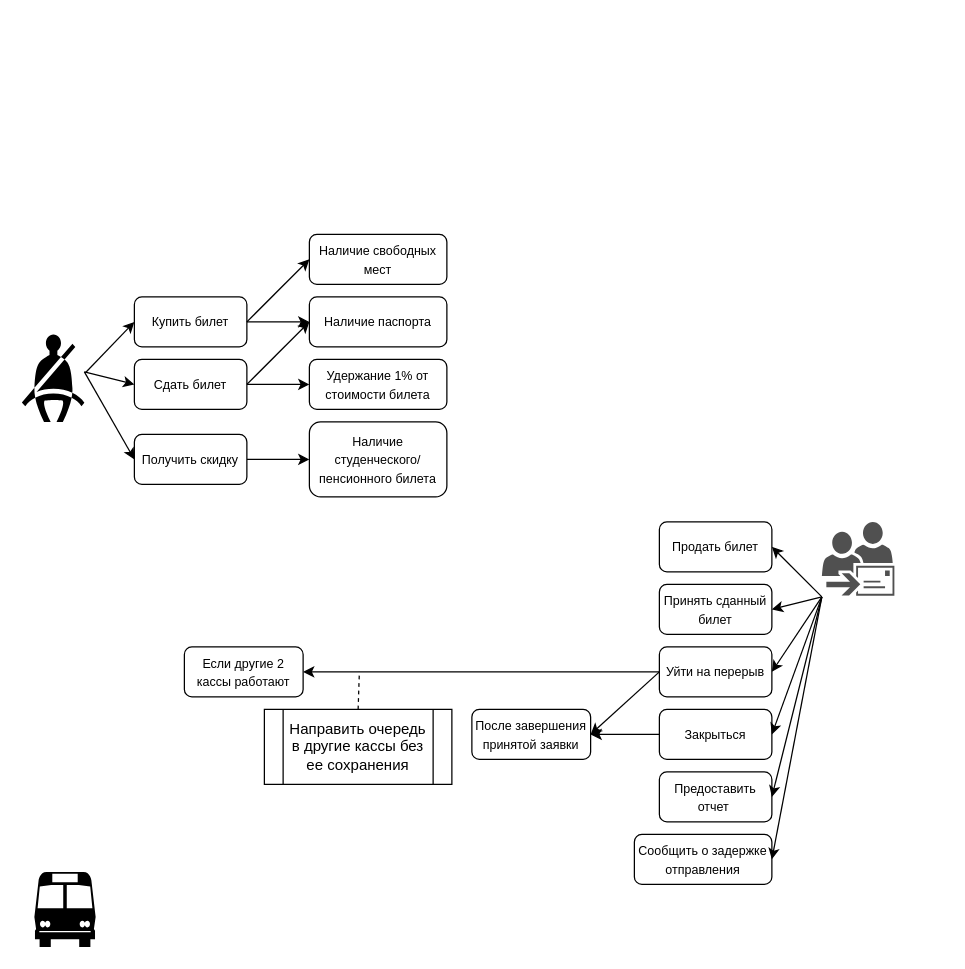
Earlier version of the draw.io diagram ticket.drawio (tacha7/Asya). Source tidied: cells renumbered, new cells numbered last; positions are measured from the earlier drawing's top-left corner, leaving out a move shared by most shapes. Both pictures are drawn from the tidied source at 125%, with x=0, y=0 at pixel (21, 234).
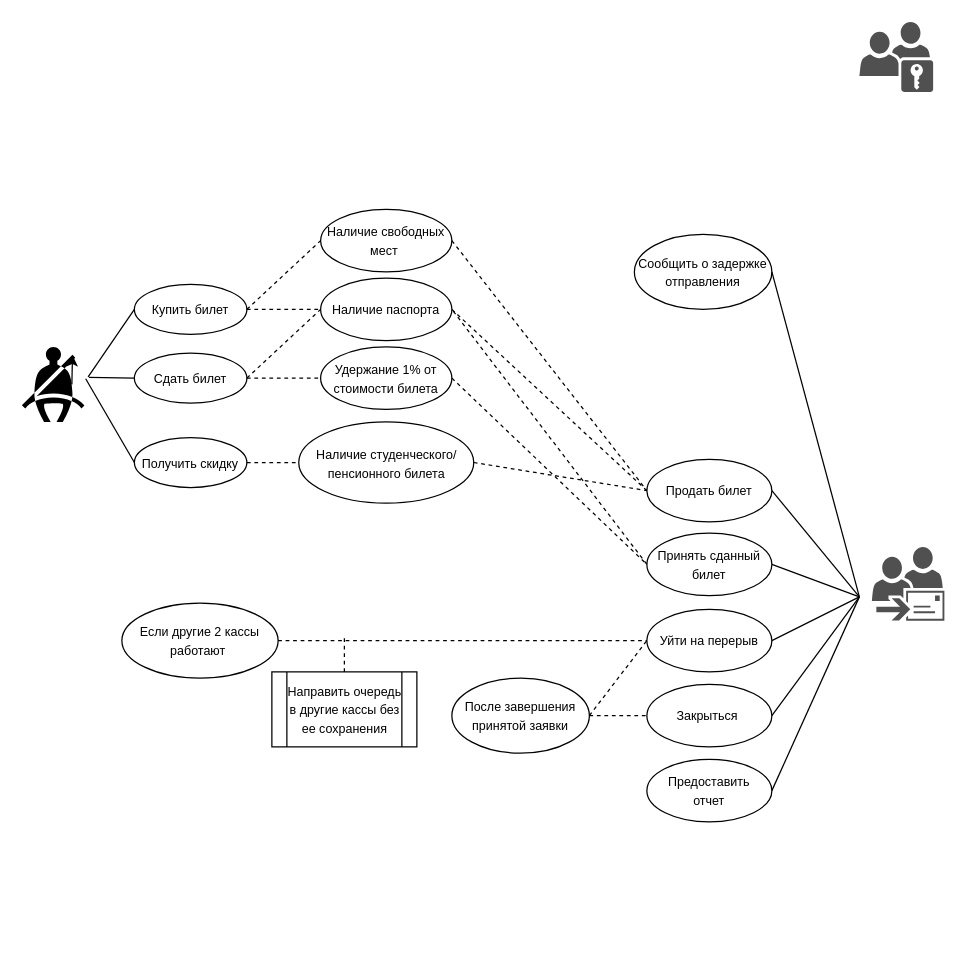
The same diagram, later.

Change to the diagram source:
```diff
@@
+    <mxCell id="15" style="shape=mxgraph.signs.transportation.seat_belt;html=1;fillColor=#000000;strokeColor=none;verticalLabelPosition=bottom;verticalAlign=top;align=center;" parent="1" vertex="1">
+      <mxGeometry y="90" width="50" height="60" as="geometry" />
+    </mxCell>
+    <mxCell id="16" style="shadow=0;dashed=0;html=1;strokeColor=none;fillColor=#505050;labelPosition=center;verticalLabelPosition=bottom;verticalAlign=top;outlineConnect=0;align=center;shape=mxgraph.office.users.dynamic_distribution_group;" parent="1" vertex="1">
+      <mxGeometry x="680" y="250" width="58" height="59" as="geometry" />
+    </mxCell>
+    <mxCell id="37" value="&lt;font style=&quot;font-size: 10px&quot;&gt;Направить очередь в другие кассы без ее сохранения&lt;/font&gt;" style="shape=process;whiteSpace=wrap;html=1;backgroundOutline=1;" parent="1" vertex="1">
+      <mxGeometry x="200" y="350" width="116" height="60" as="geometry" />
+    </mxCell>
+    <mxCell id="38" style="endArrow=none;dashed=1;html=1;exitX=0.5;exitY=0;exitDx=0;exitDy=0;" parent="1" edge="1" source="37">
+      <mxGeometry relative="1" as="geometry">
+        <mxPoint x="258" y="320" as="targetPoint" />
+      </mxGeometry>
+    </mxCell>
-    <mxCell id="2" value="&lt;font style=&quot;font-size: 10px&quot;&gt;Купить билет&lt;/font&gt;" style="rounded=1;whiteSpace=wrap;html=1;fontSize=12;glass=0;strokeWidth=1;shadow=0;" parent="1" vertex="1">
-      <mxGeometry x="90" y="50" width="90" height="40" as="geometry" />
+    <mxCell id="2" value="&lt;font style=&quot;font-size: 10px&quot;&gt;Купить билет&lt;/font&gt;" style="ellipse;whiteSpace=wrap;html=1;" parent="1" vertex="1">
+      <mxGeometry x="90" y="40" width="90" height="40" as="geometry" />
     </mxCell>
-    <mxCell id="3" style="edgeStyle=orthogonalEdgeStyle;rounded=0;jettySize=auto;html=1;" parent="1" edge="1" source="4" target="31">
-      <mxGeometry relative="1" as="geometry" />
-    </mxCell>
-    <mxCell id="4" value="&lt;font style=&quot;font-size: 10px&quot;&gt;Сдать билет&lt;/font&gt;" style="rounded=1;whiteSpace=wrap;html=1;fontSize=12;glass=0;strokeWidth=1;shadow=0;" parent="1" vertex="1">
-      <mxGeometry x="90" y="100" width="90" height="40" as="geometry" />
+    <mxCell id="4" value="&lt;font style=&quot;font-size: 10px&quot;&gt;Сдать билет&lt;/font&gt;" style="ellipse;whiteSpace=wrap;html=1;" parent="1" vertex="1">
+      <mxGeometry x="90" y="95" width="90" height="40" as="geometry" />
     </mxCell>
-    <mxCell id="5" style="edgeStyle=orthogonalEdgeStyle;rounded=0;jettySize=auto;html=1;" parent="1" edge="1" source="6" target="32">
-      <mxGeometry relative="1" as="geometry" />
-    </mxCell>
-    <mxCell id="6" value="&lt;font style=&quot;font-size: 10px&quot;&gt;Получить скидку&lt;/font&gt;" style="rounded=1;whiteSpace=wrap;html=1;fontSize=12;glass=0;strokeWidth=1;shadow=0;" parent="1" vertex="1">
-      <mxGeometry x="90" y="160" width="90" height="40" as="geometry" />
+    <mxCell id="6" value="&lt;font style=&quot;font-size: 10px&quot;&gt;Получить скидку&lt;/font&gt;" style="ellipse;whiteSpace=wrap;html=1;" parent="1" vertex="1">
+      <mxGeometry x="90" y="162.5" width="90" height="40" as="geometry" />
     </mxCell>
+    <mxCell id="27" value="&lt;span style=&quot;font-size: 10px&quot;&gt;Наличие свободных мест&amp;nbsp;&lt;/span&gt;" style="ellipse;whiteSpace=wrap;html=1;" parent="1" vertex="1">
+      <mxGeometry x="239" y="-20" width="105" height="50" as="geometry" />
+    </mxCell>
+    <mxCell id="26" value="&lt;span style=&quot;font-size: 10px&quot;&gt;Наличие паспорта&lt;/span&gt;" style="ellipse;whiteSpace=wrap;html=1;" parent="1" vertex="1">
+      <mxGeometry x="239" y="35" width="105" height="50" as="geometry" />
+    </mxCell>
+    <mxCell id="32" value="&lt;span style=&quot;font-size: 10px&quot;&gt;Наличие студенческого/пенсионного билета&lt;/span&gt;" style="ellipse;whiteSpace=wrap;html=1;" parent="1" vertex="1">
+      <mxGeometry x="221.5" y="150" width="140" height="65" as="geometry" />
+    </mxCell>
+    <mxCell id="31" value="&lt;span style=&quot;font-size: 10px&quot;&gt;Удержание 1% от стоимости билета&lt;/span&gt;" style="ellipse;whiteSpace=wrap;html=1;" parent="1" vertex="1">
+      <mxGeometry x="239" y="90" width="105" height="50" as="geometry" />
+    </mxCell>
-    <mxCell id="7" value="&lt;font style=&quot;font-size: 10px&quot;&gt;Продать билет&lt;/font&gt;" style="rounded=1;whiteSpace=wrap;html=1;fontSize=12;glass=0;strokeWidth=1;shadow=0;" parent="1" vertex="1">
-      <mxGeometry x="510" y="230" width="90" height="40" as="geometry" />
+    <mxCell id="7" value="&lt;span style=&quot;font-size: 10px&quot;&gt;Продать билет&lt;/span&gt;" style="ellipse;whiteSpace=wrap;html=1;" parent="1" vertex="1">
+      <mxGeometry x="500" y="180" width="100" height="50" as="geometry" />
     </mxCell>
-    <mxCell id="8" value="&lt;font style=&quot;font-size: 10px&quot;&gt;Принять сданный билет&lt;/font&gt;" style="rounded=1;whiteSpace=wrap;html=1;fontSize=12;glass=0;strokeWidth=1;shadow=0;" parent="1" vertex="1">
-      <mxGeometry x="510" y="280" width="90" height="40" as="geometry" />
+    <mxCell id="8" value="&lt;span style=&quot;font-size: 10px&quot;&gt;Принять сданный билет&lt;/span&gt;" style="ellipse;whiteSpace=wrap;html=1;" parent="1" vertex="1">
+      <mxGeometry x="500" y="239" width="100" height="50" as="geometry" />
     </mxCell>
-    <mxCell id="9" style="edgeStyle=orthogonalEdgeStyle;rounded=0;jettySize=auto;html=1;entryX=1;entryY=0.5;entryDx=0;entryDy=0;" parent="1" edge="1" source="10" target="34">
-      <mxGeometry relative="1" as="geometry" />
-    </mxCell>
-    <mxCell id="10" value="&lt;font style=&quot;font-size: 10px&quot;&gt;Уйти на перерыв&lt;/font&gt;" style="rounded=1;whiteSpace=wrap;html=1;fontSize=12;glass=0;strokeWidth=1;shadow=0;" parent="1" vertex="1">
-      <mxGeometry x="510" y="330" width="90" height="40" as="geometry" />
+    <mxCell id="10" value="&lt;span style=&quot;font-size: 10px&quot;&gt;Уйти на перерыв&lt;/span&gt;" style="ellipse;whiteSpace=wrap;html=1;" parent="1" vertex="1">
+      <mxGeometry x="500" y="300" width="100" height="50" as="geometry" />
     </mxCell>
+    <mxCell id="12" value="&lt;span style=&quot;font-size: 10px&quot;&gt;Предоставить&lt;br&gt;отчет&lt;/span&gt;" style="ellipse;whiteSpace=wrap;html=1;" parent="1" vertex="1">
+      <mxGeometry x="500" y="420" width="100" height="50" as="geometry" />
+    </mxCell>
-    <mxCell id="11" value="&lt;font style=&quot;font-size: 10px&quot;&gt;Закрыться&lt;/font&gt;" style="rounded=1;whiteSpace=wrap;html=1;fontSize=12;glass=0;strokeWidth=1;shadow=0;" parent="1" vertex="1">
-      <mxGeometry x="510" y="380" width="90" height="40" as="geometry" />
+    <mxCell id="11" value="&lt;span style=&quot;font-size: 10px&quot;&gt;Закрыться&amp;nbsp;&lt;/span&gt;" style="ellipse;whiteSpace=wrap;html=1;" parent="1" vertex="1">
+      <mxGeometry x="500" y="360" width="100" height="50" as="geometry" />
     </mxCell>
-    <mxCell id="12" value="&lt;font style=&quot;font-size: 10px&quot;&gt;Предоставить отчет&amp;nbsp;&lt;/font&gt;" style="rounded=1;whiteSpace=wrap;html=1;fontSize=12;glass=0;strokeWidth=1;shadow=0;" parent="1" vertex="1">
-      <mxGeometry x="510" y="430" width="90" height="40" as="geometry" />
-    </mxCell>
-    <mxCell id="13" value="&lt;font style=&quot;font-size: 10px&quot;&gt;Сообщить о задержке отправления&lt;/font&gt;" style="rounded=1;whiteSpace=wrap;html=1;fontSize=12;glass=0;strokeWidth=1;shadow=0;" parent="1" vertex="1">
-      <mxGeometry x="490" y="480" width="110" height="40" as="geometry" />
+    <mxCell id="13" value="&lt;span style=&quot;font-size: 10px&quot;&gt;Сообщить о задержке отправления&lt;/span&gt;" style="ellipse;whiteSpace=wrap;html=1;" parent="1" vertex="1">
+      <mxGeometry x="490" width="110" height="60" as="geometry" />
     </mxCell>
-    <mxCell id="14" style="shape=mxgraph.signs.transportation.bus_1;html=1;fillColor=#000000;strokeColor=none;verticalLabelPosition=bottom;verticalAlign=top;align=center;" parent="1" vertex="1">
-      <mxGeometry x="10" y="510" width="49" height="60" as="geometry" />
-    </mxCell>
-    <mxCell id="15" style="shape=mxgraph.signs.transportation.seat_belt;html=1;fillColor=#000000;strokeColor=none;verticalLabelPosition=bottom;verticalAlign=top;align=center;" parent="1" vertex="1">
-      <mxGeometry y="80" width="50" height="70" as="geometry" />
-    </mxCell>
-    <mxCell id="16" style="shadow=0;dashed=0;html=1;strokeColor=none;fillColor=#505050;labelPosition=center;verticalLabelPosition=bottom;verticalAlign=top;outlineConnect=0;align=center;shape=mxgraph.office.users.dynamic_distribution_group;" parent="1" vertex="1">
-      <mxGeometry x="640" y="230" width="58" height="59" as="geometry" />
-    </mxCell>
-    <mxCell id="17" style="endArrow=classic;html=1;exitX=1.013;exitY=0.441;exitDx=0;exitDy=0;exitPerimeter=0;entryX=0;entryY=0.5;entryDx=0;entryDy=0;" parent="1" edge="1" source="15" target="2">
-      <mxGeometry relative="1" as="geometry" />
-    </mxCell>
-    <mxCell id="18" style="endArrow=classic;html=1;entryX=0;entryY=0.5;entryDx=0;entryDy=0;" parent="1" edge="1" target="4">
-      <mxGeometry relative="1" as="geometry">
-        <mxPoint x="50" y="110" as="sourcePoint" />
-      </mxGeometry>
-    </mxCell>
-    <mxCell id="19" style="endArrow=classic;html=1;entryX=0;entryY=0.5;entryDx=0;entryDy=0;" parent="1" edge="1" target="6">
-      <mxGeometry relative="1" as="geometry">
-        <mxPoint x="50" y="110" as="sourcePoint" />
-      </mxGeometry>
-    </mxCell>
-    <mxCell id="20" style="endArrow=classic;html=1;entryX=1;entryY=0.5;entryDx=0;entryDy=0;" parent="1" edge="1" target="7">
-      <mxGeometry relative="1" as="geometry">
-        <mxPoint x="640" y="290" as="sourcePoint" />
-      </mxGeometry>
-    </mxCell>
-    <mxCell id="21" style="endArrow=classic;html=1;entryX=1;entryY=0.5;entryDx=0;entryDy=0;" parent="1" edge="1" target="8">
-      <mxGeometry relative="1" as="geometry">
-        <mxPoint x="640" y="290" as="sourcePoint" />
-      </mxGeometry>
-    </mxCell>
-    <mxCell id="22" style="endArrow=classic;html=1;entryX=1;entryY=0.5;entryDx=0;entryDy=0;" parent="1" edge="1" target="10">
-      <mxGeometry relative="1" as="geometry">
-        <mxPoint x="640" y="290" as="sourcePoint" />
-      </mxGeometry>
-    </mxCell>
-    <mxCell id="23" style="endArrow=classic;html=1;entryX=1;entryY=0.5;entryDx=0;entryDy=0;" parent="1" edge="1" target="11">
-      <mxGeometry relative="1" as="geometry">
-        <mxPoint x="640" y="290" as="sourcePoint" />
-      </mxGeometry>
-    </mxCell>
-    <mxCell id="24" style="endArrow=classic;html=1;entryX=1;entryY=0.5;entryDx=0;entryDy=0;exitX=0;exitY=1.017;exitDx=0;exitDy=0;exitPerimeter=0;" parent="1" edge="1" source="16" target="12">
-      <mxGeometry relative="1" as="geometry" />
-    </mxCell>
-    <mxCell id="25" style="endArrow=classic;html=1;entryX=1;entryY=0.5;entryDx=0;entryDy=0;" parent="1" edge="1" target="13">
-      <mxGeometry relative="1" as="geometry">
-        <mxPoint x="640" y="290" as="sourcePoint" />
-      </mxGeometry>
-    </mxCell>
-    <mxCell id="26" value="&lt;span style=&quot;font-size: 10px&quot;&gt;Наличие паспорта&lt;/span&gt;" style="rounded=1;whiteSpace=wrap;html=1;fontSize=12;glass=0;strokeWidth=1;shadow=0;" parent="1" vertex="1">
-      <mxGeometry x="230" y="50" width="110" height="40" as="geometry" />
-    </mxCell>
-    <mxCell id="27" value="&lt;span style=&quot;font-size: 10px&quot;&gt;Наличие свободных мест&lt;/span&gt;" style="rounded=1;whiteSpace=wrap;html=1;fontSize=12;glass=0;strokeWidth=1;shadow=0;" parent="1" vertex="1">
-      <mxGeometry x="230" width="110" height="40" as="geometry" />
-    </mxCell>
+    <mxCell id="34" value="&lt;span style=&quot;font-size: 10px&quot;&gt;Если другие 2 кассы работают&amp;nbsp;&lt;/span&gt;" style="ellipse;whiteSpace=wrap;html=1;" parent="1" vertex="1">
+      <mxGeometry x="80" y="295" width="125" height="60" as="geometry" />
+    </mxCell>
+    <mxCell id="33" value="&lt;span style=&quot;font-size: 10px&quot;&gt;После завершения принятой заявки&lt;/span&gt;" style="ellipse;whiteSpace=wrap;html=1;" parent="1" vertex="1">
+      <mxGeometry x="344" y="355" width="110" height="60" as="geometry" />
+    </mxCell>
+    <mxCell id="39" style="shadow=0;dashed=0;html=1;strokeColor=none;fillColor=#505050;labelPosition=center;verticalLabelPosition=bottom;verticalAlign=top;align=center;shape=mxgraph.office.security.role_group;" parent="1" vertex="1">
+      <mxGeometry x="670" y="-170" width="59" height="56" as="geometry" />
+    </mxCell>
+    <mxCell id="40" style="endArrow=none;html=1;entryX=0;entryY=0.5;entryDx=0;entryDy=0;" parent="1" edge="1" target="2">
+      <mxGeometry relative="1" as="geometry">
+        <mxPoint x="53" y="114" as="sourcePoint" />
+      </mxGeometry>
+    </mxCell>
+    <mxCell id="41" style="endArrow=none;html=1;exitX=1.073;exitY=0.408;exitDx=0;exitDy=0;exitPerimeter=0;entryX=0;entryY=0.5;entryDx=0;entryDy=0;" parent="1" edge="1" source="15" target="4">
+      <mxGeometry relative="1" as="geometry" />
+    </mxCell>
+    <mxCell id="42" style="edgeStyle=orthogonalEdgeStyle;rounded=0;orthogonalLoop=1;jettySize=auto;html=1;exitX=0.8;exitY=0.5;exitDx=0;exitDy=0;exitPerimeter=0;entryX=0.81;entryY=0.11;entryDx=0;entryDy=0;entryPerimeter=0;" parent="1" edge="1" source="15" target="15">
+      <mxGeometry relative="1" as="geometry" />
+    </mxCell>
+    <mxCell id="43" style="endArrow=none;html=1;exitX=0;exitY=0.5;exitDx=0;exitDy=0;entryX=1.021;entryY=0.425;entryDx=0;entryDy=0;entryPerimeter=0;" parent="1" edge="1" source="6" target="15">
+      <mxGeometry relative="1" as="geometry" />
+    </mxCell>
+    <mxCell id="44" style="endArrow=none;html=1;exitX=1;exitY=0.5;exitDx=0;exitDy=0;" parent="1" edge="1" source="10">
+      <mxGeometry relative="1" as="geometry">
+        <mxPoint x="670" y="290" as="targetPoint" />
+      </mxGeometry>
+    </mxCell>
+    <mxCell id="45" style="endArrow=none;html=1;exitX=1;exitY=0.5;exitDx=0;exitDy=0;" parent="1" edge="1" source="8">
+      <mxGeometry relative="1" as="geometry">
+        <mxPoint x="670" y="290" as="targetPoint" />
+      </mxGeometry>
+    </mxCell>
+    <mxCell id="46" style="endArrow=none;html=1;exitX=1;exitY=0.5;exitDx=0;exitDy=0;" parent="1" edge="1" source="12">
+      <mxGeometry relative="1" as="geometry">
+        <mxPoint x="670" y="290" as="targetPoint" />
+      </mxGeometry>
+    </mxCell>
+    <mxCell id="47" style="endArrow=none;html=1;exitX=1;exitY=0.5;exitDx=0;exitDy=0;" parent="1" edge="1" source="7">
+      <mxGeometry relative="1" as="geometry">
+        <mxPoint x="670" y="290" as="targetPoint" />
+      </mxGeometry>
+    </mxCell>
+    <mxCell id="48" style="endArrow=none;html=1;exitX=1;exitY=0.5;exitDx=0;exitDy=0;" parent="1" edge="1" source="13">
+      <mxGeometry relative="1" as="geometry">
+        <mxPoint x="670" y="290" as="targetPoint" />
+      </mxGeometry>
+    </mxCell>
-    <mxCell id="28" style="endArrow=classic;html=1;exitX=1;exitY=0.5;exitDx=0;exitDy=0;entryX=0;entryY=0.5;entryDx=0;entryDy=0;" parent="1" edge="1" source="2" target="26">
+    <mxCell id="28" style="endArrow=none;dashed=1;html=1;exitX=1;exitY=0.5;exitDx=0;exitDy=0;entryX=0;entryY=0.5;entryDx=0;entryDy=0;" parent="1" edge="1" source="2" target="26">
       <mxGeometry relative="1" as="geometry" />
     </mxCell>
+    <mxCell id="3" style="endArrow=none;dashed=1;html=1;exitX=1;exitY=0.5;exitDx=0;exitDy=0;" parent="1" edge="1" source="4" target="31">
+      <mxGeometry relative="1" as="geometry" />
+    </mxCell>
+    <mxCell id="49" style="endArrow=none;dashed=1;html=1;exitX=1;exitY=0.5;exitDx=0;exitDy=0;entryX=0;entryY=0.5;entryDx=0;entryDy=0;" parent="1" edge="1" source="27" target="7">
+      <mxGeometry relative="1" as="geometry" />
+    </mxCell>
-    <mxCell id="29" style="endArrow=classic;html=1;exitX=1;exitY=0.5;exitDx=0;exitDy=0;entryX=0;entryY=0.5;entryDx=0;entryDy=0;" parent="1" edge="1" source="2" target="27">
+    <mxCell id="29" style="endArrow=none;dashed=1;html=1;exitX=1;exitY=0.5;exitDx=0;exitDy=0;entryX=0;entryY=0.5;entryDx=0;entryDy=0;" parent="1" edge="1" source="2" target="27">
       <mxGeometry relative="1" as="geometry" />
     </mxCell>
-    <mxCell id="30" style="endArrow=classic;html=1;exitX=1;exitY=0.5;exitDx=0;exitDy=0;entryX=0;entryY=0.5;entryDx=0;entryDy=0;" parent="1" edge="1" source="4" target="26">
+    <mxCell id="30" style="endArrow=none;dashed=1;html=1;entryX=0;entryY=0.5;entryDx=0;entryDy=0;exitX=1;exitY=0.5;exitDx=0;exitDy=0;" parent="1" edge="1" source="4" target="26">
       <mxGeometry relative="1" as="geometry" />
     </mxCell>
-    <mxCell id="31" value="&lt;font style=&quot;font-size: 10px&quot;&gt;Удержание 1% от стоимости билета&lt;/font&gt;" style="rounded=1;whiteSpace=wrap;html=1;fontSize=12;glass=0;strokeWidth=1;shadow=0;" parent="1" vertex="1">
-      <mxGeometry x="230" y="100" width="110" height="40" as="geometry" />
-    </mxCell>
-    <mxCell id="32" value="&lt;span style=&quot;font-size: 10px&quot;&gt;Наличие студенческого/пенсионного билета&lt;/span&gt;" style="rounded=1;whiteSpace=wrap;html=1;fontSize=12;glass=0;strokeWidth=1;shadow=0;" parent="1" vertex="1">
-      <mxGeometry x="230" y="150" width="110" height="60" as="geometry" />
-    </mxCell>
-    <mxCell id="33" value="&lt;font style=&quot;font-size: 10px&quot;&gt;После завершения принятой заявки&lt;/font&gt;" style="whiteSpace=wrap;html=1;rounded=1;shadow=0;strokeWidth=1;glass=0;" parent="1" vertex="1">
-      <mxGeometry x="360" y="380" width="95" height="40" as="geometry" />
-    </mxCell>
-    <mxCell id="34" value="&lt;span style=&quot;font-size: 10px&quot;&gt;Если другие 2 кассы работают&lt;/span&gt;" style="whiteSpace=wrap;html=1;rounded=1;shadow=0;strokeWidth=1;glass=0;" parent="1" vertex="1">
-      <mxGeometry x="130" y="330" width="95" height="40" as="geometry" />
-    </mxCell>
-    <mxCell id="35" style="endArrow=classic;html=1;exitX=0;exitY=0.5;exitDx=0;exitDy=0;entryX=1;entryY=0.5;entryDx=0;entryDy=0;" parent="1" edge="1" source="10" target="33">
-      <mxGeometry relative="1" as="geometry" />
-    </mxCell>
-    <mxCell id="36" style="endArrow=classic;html=1;exitX=0;exitY=0.5;exitDx=0;exitDy=0;entryX=1;entryY=0.5;entryDx=0;entryDy=0;" parent="1" edge="1" source="11" target="33">
-      <mxGeometry relative="1" as="geometry" />
-    </mxCell>
-    <mxCell id="37" value="Направить очередь в другие кассы без ее сохранения" style="shape=process;whiteSpace=wrap;html=1;backgroundOutline=1;" parent="1" vertex="1">
-      <mxGeometry x="194" y="380" width="150" height="60" as="geometry" />
-    </mxCell>
-    <mxCell id="38" style="endArrow=none;dashed=1;html=1;exitX=0.5;exitY=0;exitDx=0;exitDy=0;" parent="1" edge="1" source="37">
-      <mxGeometry relative="1" as="geometry">
-        <mxPoint x="270" y="350" as="targetPoint" />
-      </mxGeometry>
-    </mxCell>
+    <mxCell id="5" style="endArrow=none;dashed=1;html=1;exitX=1;exitY=0.5;exitDx=0;exitDy=0;entryX=0;entryY=0.5;entryDx=0;entryDy=0;" parent="1" edge="1" source="6" target="32">
+      <mxGeometry relative="1" as="geometry" />
+    </mxCell>
+    <mxCell id="50" style="endArrow=none;dashed=1;html=1;entryX=1;entryY=0.5;entryDx=0;entryDy=0;exitX=0;exitY=0.5;exitDx=0;exitDy=0;" parent="1" edge="1" source="8" target="26">
+      <mxGeometry relative="1" as="geometry" />
+    </mxCell>
+    <mxCell id="51" style="endArrow=none;dashed=1;html=1;exitX=1;exitY=0.5;exitDx=0;exitDy=0;entryX=0;entryY=0.5;entryDx=0;entryDy=0;" parent="1" edge="1" source="31" target="8">
+      <mxGeometry relative="1" as="geometry" />
+    </mxCell>
+    <mxCell id="52" style="endArrow=none;dashed=1;html=1;exitX=1;exitY=0.5;exitDx=0;exitDy=0;entryX=0;entryY=0.5;entryDx=0;entryDy=0;" parent="1" edge="1" source="26" target="7">
+      <mxGeometry relative="1" as="geometry" />
+    </mxCell>
+    <mxCell id="53" style="endArrow=none;dashed=1;html=1;exitX=1;exitY=0.5;exitDx=0;exitDy=0;entryX=0;entryY=0.5;entryDx=0;entryDy=0;" parent="1" edge="1" source="32" target="7">
+      <mxGeometry relative="1" as="geometry" />
+    </mxCell>
+    <mxCell id="54" style="endArrow=none;dashed=1;html=1;exitX=1;exitY=0.5;exitDx=0;exitDy=0;" parent="1" edge="1" source="34">
+      <mxGeometry relative="1" as="geometry">
+        <mxPoint x="500" y="325" as="targetPoint" />
+      </mxGeometry>
+    </mxCell>
+    <mxCell id="55" style="endArrow=none;dashed=1;html=1;entryX=0;entryY=0.5;entryDx=0;entryDy=0;exitX=1;exitY=0.5;exitDx=0;exitDy=0;" parent="1" edge="1" source="33" target="11">
+      <mxGeometry relative="1" as="geometry" />
+    </mxCell>
+    <mxCell id="56" style="endArrow=none;dashed=1;html=1;exitX=1;exitY=0.5;exitDx=0;exitDy=0;entryX=0;entryY=0.5;entryDx=0;entryDy=0;" parent="1" edge="1" source="33" target="10">
+      <mxGeometry relative="1" as="geometry" />
+    </mxCell>
+    <mxCell id="57" style="endArrow=none;html=1;entryX=1;entryY=0.5;entryDx=0;entryDy=0;" parent="1" edge="1" target="11">
+      <mxGeometry relative="1" as="geometry">
+        <mxPoint x="670" y="290" as="sourcePoint" />
+      </mxGeometry>
+    </mxCell>
```
